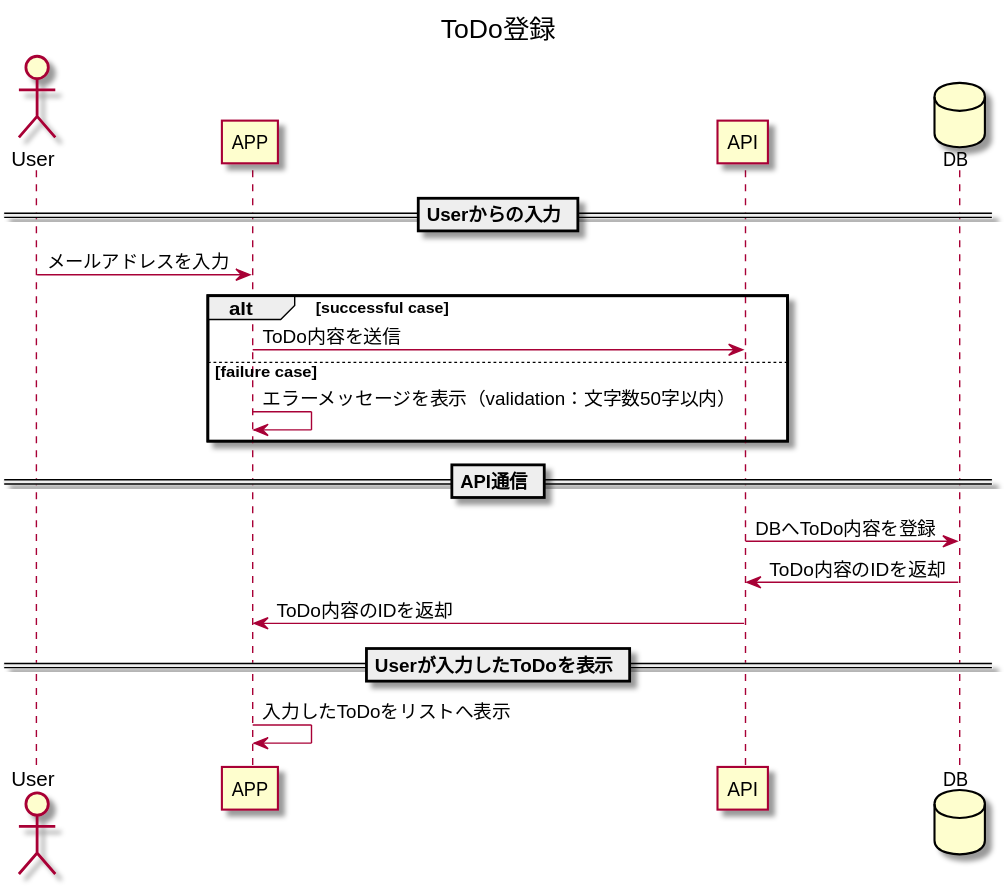
shusuke0812/ToDoApps keeps this PlantUML diagram as sequence_diagram.svg. Above is the earlier version.
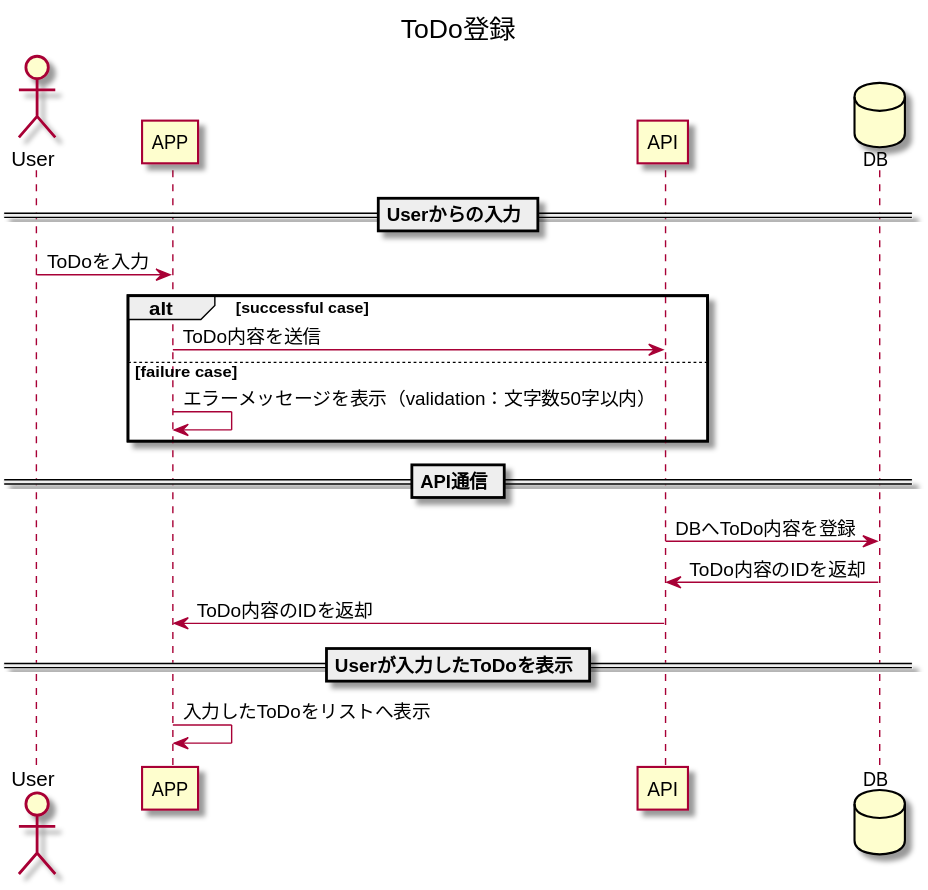
Later version of the same file.

Commit message:
[fix]文言を修正

What changed in the source:
```diff
@@ -8,7 +8,7 @@
 title ToDo登録
 
 == Userからの入力 ==
-User -> APP: メールアドレスを入力
+User -> APP: ToDoを入力
 
 alt successful case
     APP -> API: ToDo内容を送信
```
